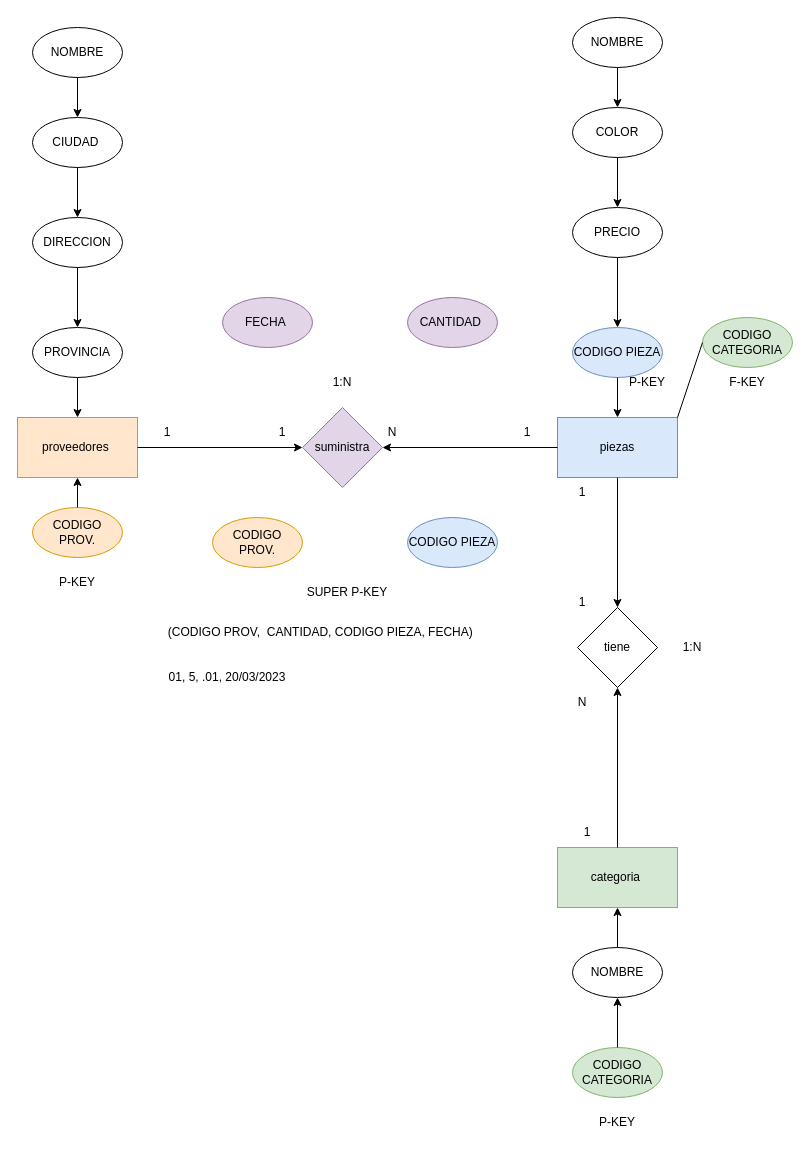
The draw.io diagram proyecto_final.drawio in jhibrancodigo07/B-datos_0.2, before the edit. Source tidied: cells renumbered, new cells numbered last; positions are measured from the earlier drawing's top-left corner, leaving out a move shared by most shapes. Both pictures are drawn from the tidied source at 100%, with x=0, y=0 at pixel (17, 17).
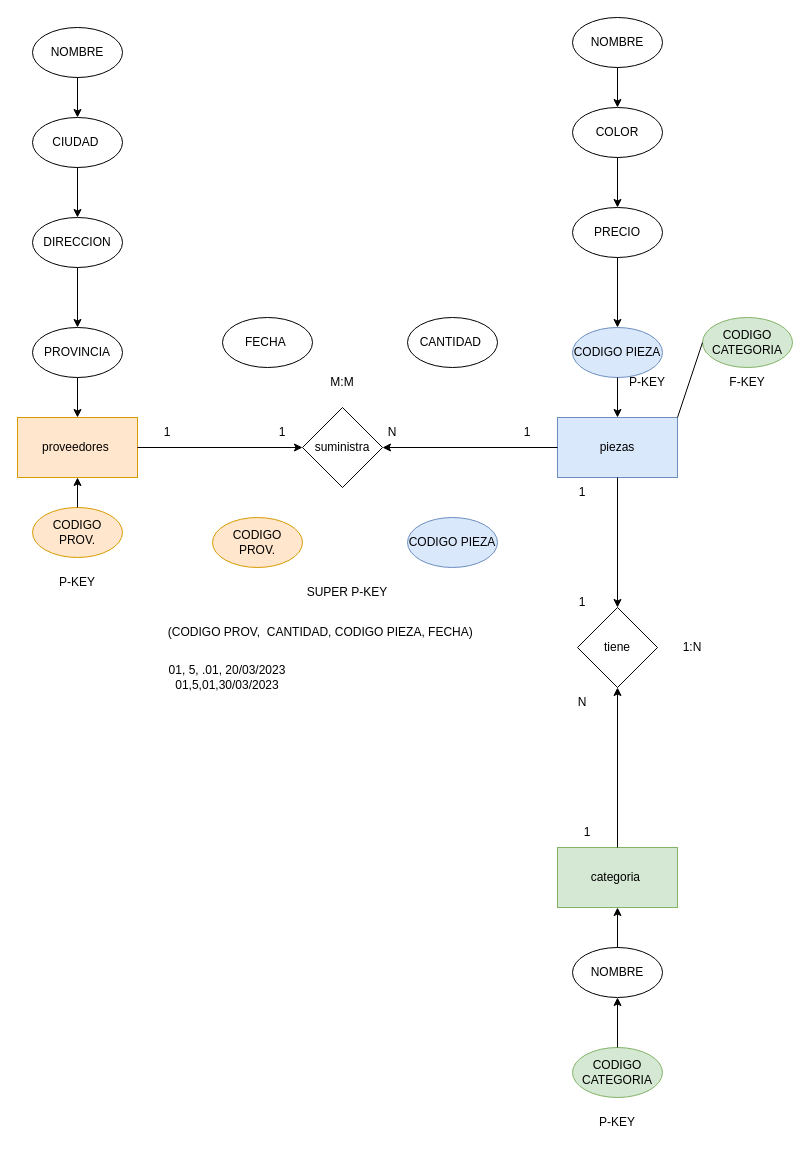
The same diagram, later.

The edit, as a diff of the source:
```diff
@@
-    <mxCell id="5" value="suministra" style="rhombus;whiteSpace=wrap;html=1;fillColor=#e1d5e7;strokeColor=#9673a6;" parent="1" vertex="1">
+    <mxCell id="5" value="suministra" style="rhombus;whiteSpace=wrap;html=1;" parent="1" vertex="1">
       <mxGeometry x="285" y="390" width="80" height="80" as="geometry" />
     </mxCell>
@@
-    <mxCell id="15" value="CANTIDAD&amp;nbsp;" style="ellipse;whiteSpace=wrap;html=1;fillColor=#e1d5e7;strokeColor=#9673a6;" parent="1" vertex="1">
-      <mxGeometry x="390" y="280" width="90" height="50" as="geometry" />
+    <mxCell id="15" value="CANTIDAD&amp;nbsp;" style="ellipse;whiteSpace=wrap;html=1;" parent="1" vertex="1">
+      <mxGeometry x="390" y="300" width="90" height="50" as="geometry" />
     </mxCell>
-    <mxCell id="16" value="FECHA&amp;nbsp;" style="ellipse;whiteSpace=wrap;html=1;fillColor=#e1d5e7;strokeColor=#9673a6;" parent="1" vertex="1">
-      <mxGeometry x="205" y="280" width="90" height="50" as="geometry" />
+    <mxCell id="16" value="FECHA&amp;nbsp;" style="ellipse;whiteSpace=wrap;html=1;" parent="1" vertex="1">
+      <mxGeometry x="205" y="300" width="90" height="50" as="geometry" />
     </mxCell>
@@
-    <mxCell id="39" value="1:N" style="text;html=1;strokeColor=none;fillColor=none;align=center;verticalAlign=middle;whiteSpace=wrap;rounded=0;" parent="1" vertex="1">
+    <mxCell id="39" value="M:M" style="text;html=1;strokeColor=none;fillColor=none;align=center;verticalAlign=middle;whiteSpace=wrap;rounded=0;" parent="1" vertex="1">
       <mxGeometry x="295" y="350" width="60" height="30" as="geometry" />
     </mxCell>
@@
-    <mxCell id="55" value="01, 5, .01, 20/03/2023" style="text;html=1;strokeColor=none;fillColor=none;align=center;verticalAlign=middle;whiteSpace=wrap;rounded=0;" parent="1" vertex="1">
+    <mxCell id="55" value="01, 5, .01, 20/03/2023&lt;br&gt;01,5,01,30/03/2023" style="text;html=1;strokeColor=none;fillColor=none;align=center;verticalAlign=middle;whiteSpace=wrap;rounded=0;" parent="1" vertex="1">
       <mxGeometry x="145" y="645" width="130" height="30" as="geometry" />
     </mxCell>
```
